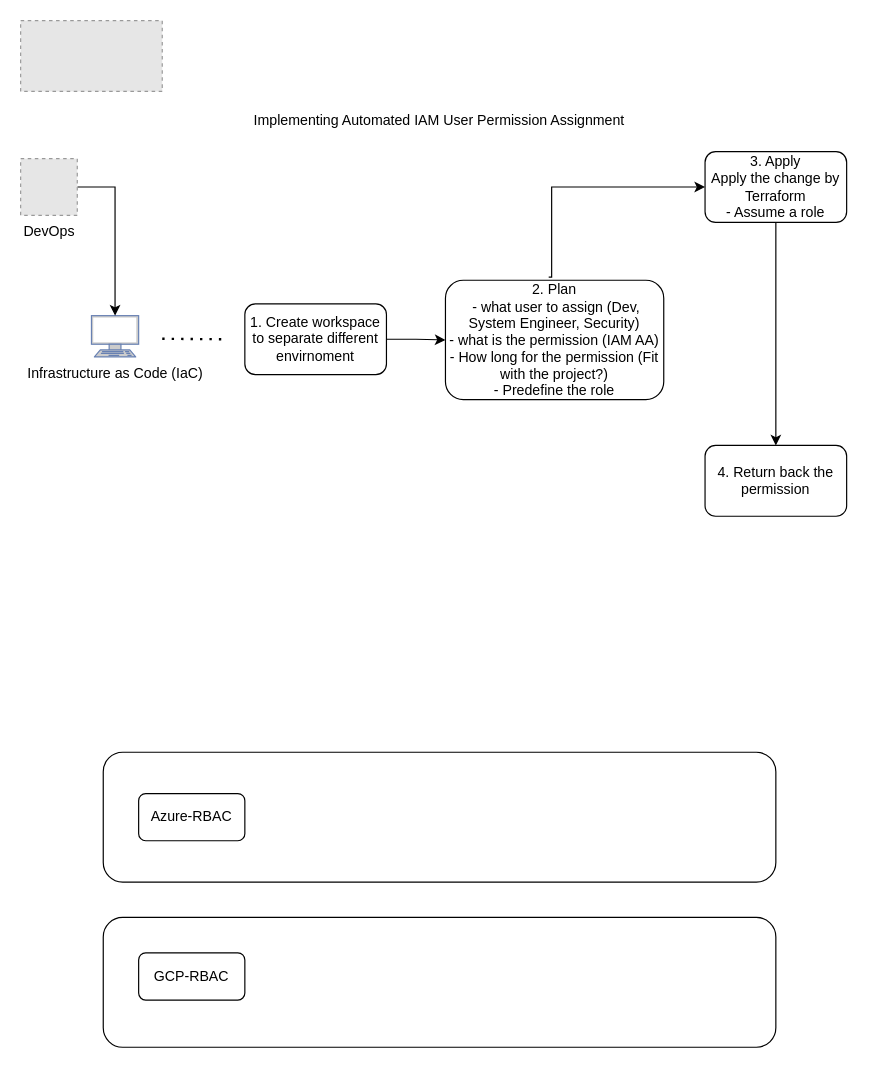
Above: Terraform-Cloud-RBAC.drawio in Tonyfu09/AWS (draw.io), before the change. Source tidied: cells renumbered, new cells numbered last; positions are measured from the earlier drawing's top-left corner, leaving out a move shared by most shapes. Both pictures are drawn from the tidied source at 118%, with x=0, y=0 at pixel (20, 20). Pictures stored in the file or linked from it are replaced by grey dashed boxes.
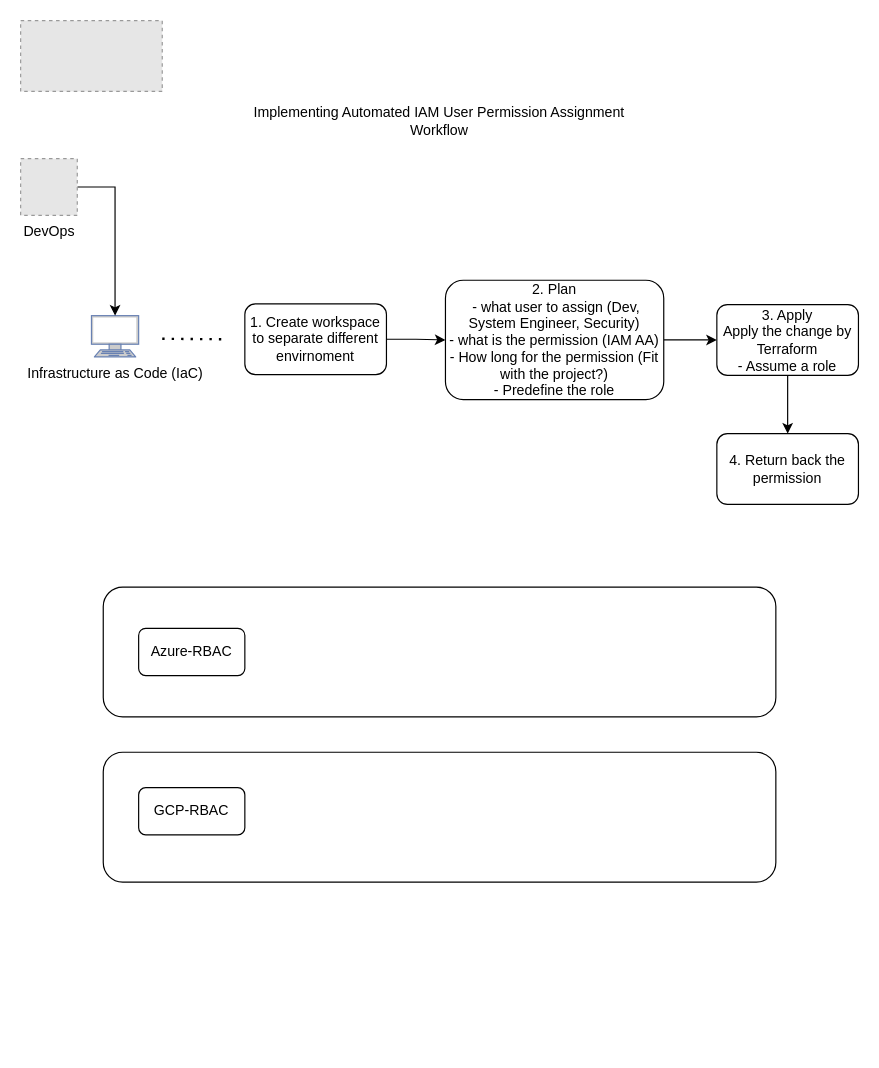
The same page after the edit.

The change refers to these unchanged cells:
```xml
<mxCell id="5" value="2. Plan &lt;br&gt;&amp;nbsp;- what user to assign (Dev, System Engineer, Security)&lt;br&gt;- what is the permission (IAM AA)&lt;br&gt;- How long for the permission (Fit with the project?)&lt;br&gt;- Predefine the role" style="rounded=1;whiteSpace=wrap;html=1;gradientColor=none;" parent="1" vertex="1">
  <mxGeometry x="360" y="220" width="185" height="101.2" as="geometry" />
</mxCell>
```

Change to the diagram source:
```diff
@@
     <mxCell id="2" style="rounded=1;whiteSpace=wrap;html=1;fillColor=none;" parent="1" vertex="1">
-      <mxGeometry x="70" y="620" width="570" height="110" as="geometry" />
+      <mxGeometry x="70" y="480" width="570" height="110" as="geometry" />
     </mxCell>
     <mxCell id="3" style="rounded=1;whiteSpace=wrap;html=1;fillColor=none;" parent="1" vertex="1">
-      <mxGeometry x="70" y="760" width="570" height="110" as="geometry" />
+      <mxGeometry x="70" y="620" width="570" height="110" as="geometry" />
     </mxCell>
-    <mxCell id="4" style="edgeStyle=orthogonalEdgeStyle;rounded=0;jettySize=auto;html=1;exitX=0.473;exitY=-0.026;exitDx=0;exitDy=0;exitPerimeter=0;entryX=0;entryY=0.5;entryDx=0;entryDy=0;" parent="1" edge="1" source="5" target="15">
-      <mxGeometry relative="1" as="geometry">
-        <Array as="points">
-          <mxPoint x="450" y="217" />
-          <mxPoint x="450" y="141" />
-        </Array>
-      </mxGeometry>
+    <mxCell id="4" style="edgeStyle=orthogonalEdgeStyle;rounded=0;jettySize=auto;html=1;" parent="1" edge="1" source="5" target="15">
+      <mxGeometry relative="1" as="geometry" />
     </mxCell>
@@
     <mxCell id="6" value="Azure-RBAC" style="rounded=1;whiteSpace=wrap;html=1;" parent="1" vertex="1">
-      <mxGeometry x="100" y="655" width="90" height="40" as="geometry" />
+      <mxGeometry x="100" y="515" width="90" height="40" as="geometry" />
     </mxCell>
     <mxCell id="7" value="GCP-RBAC" style="rounded=1;whiteSpace=wrap;html=1;" parent="1" vertex="1">
-      <mxGeometry x="100" y="790" width="90" height="40" as="geometry" />
+      <mxGeometry x="100" y="650" width="90" height="40" as="geometry" />
     </mxCell>
@@
-    <mxCell id="13" value="Implementing Automated IAM User Permission Assignment" style="text;html=1;strokeColor=none;fillColor=none;align=center;verticalAlign=middle;whiteSpace=wrap;rounded=0;" parent="1" vertex="1">
+    <mxCell id="13" value="Implementing Automated IAM User Permission Assignment Workflow" style="text;html=1;strokeColor=none;fillColor=none;align=center;verticalAlign=middle;whiteSpace=wrap;rounded=0;" parent="1" vertex="1">
       <mxGeometry x="185" y="70" width="340" height="30" as="geometry" />
     </mxCell>
@@
     <mxCell id="15" value="3. Apply&lt;br&gt;Apply the change by Terraform&lt;br&gt;- Assume a role" style="whiteSpace=wrap;html=1;rounded=1;gradientColor=none;" parent="1" vertex="1">
-      <mxGeometry x="580" y="111" width="120" height="60" as="geometry" />
+      <mxGeometry x="590" y="240.6" width="120" height="60" as="geometry" />
     </mxCell>
     <mxCell id="16" value="4. Return back the permission" style="whiteSpace=wrap;html=1;rounded=1;gradientColor=none;" parent="1" vertex="1">
-      <mxGeometry x="580" y="360" width="120" height="60" as="geometry" />
+      <mxGeometry x="590" y="350" width="120" height="60" as="geometry" />
     </mxCell>
```
